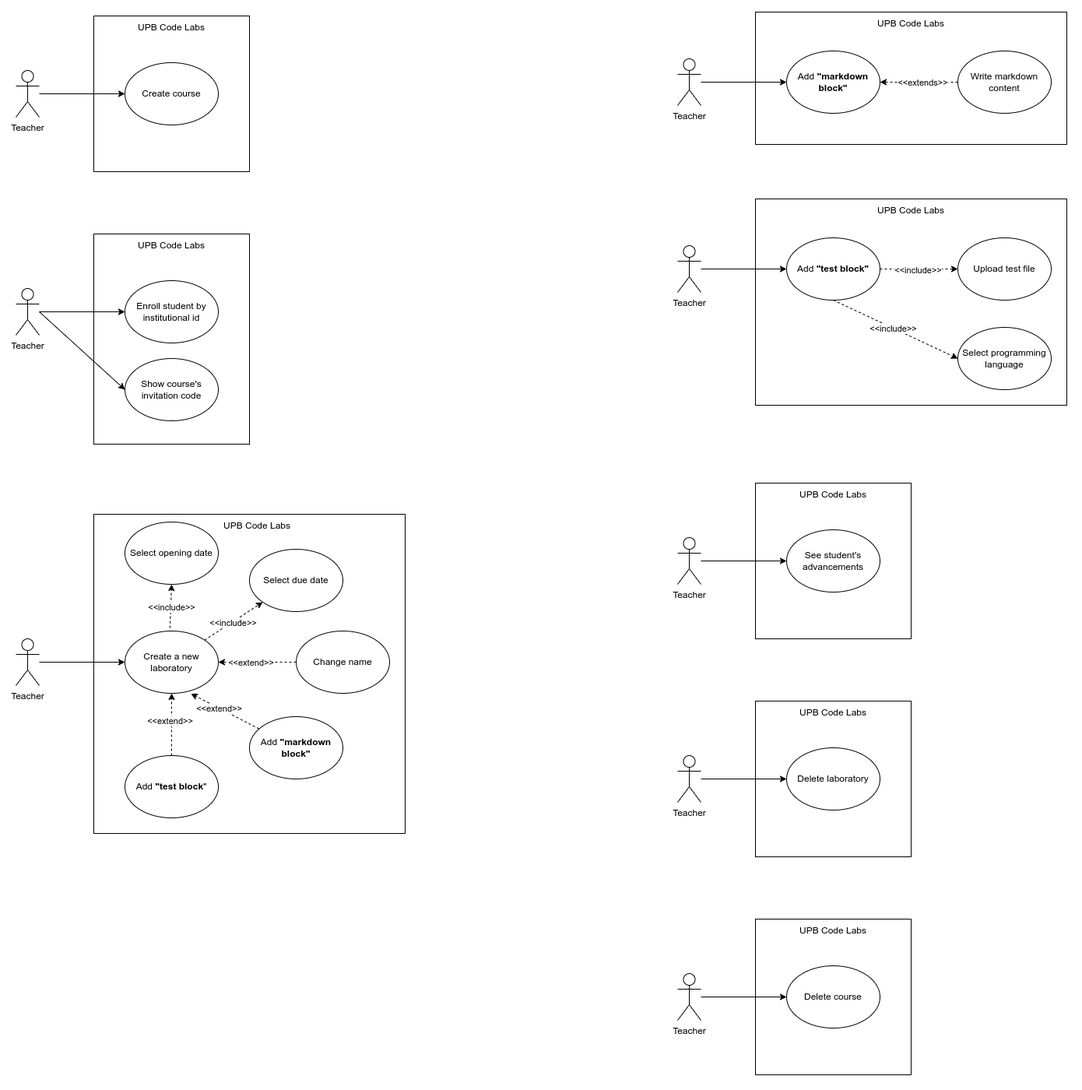
This is diagrams/use-cases/images/teacher-deletes-laboratory.png from upb-code-labs/docs, a draw.io export, as it was before one commit. Source tidied: cells renumbered, new cells last; positions are measured from the earlier drawing's top-left corner, leaving out a move shared by most shapes.
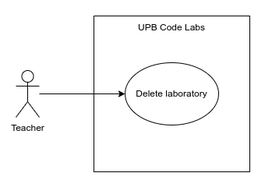
Later version of the same file.

Commit message:
docs(use-cases): Fix delete laboratory use case

What changed in the source:
```diff
@@ -2,196 +2,6 @@
   <root>
     <mxCell id="0" />
     <mxCell id="1" parent="0" />
-    <mxCell id="2" style="rounded=0;whiteSpace=wrap;html=1;strokeColor=none;" parent="1" vertex="1">
-      <mxGeometry width="340" height="240" as="geometry" />
-    </mxCell>
-    <mxCell id="3" style="rounded=0;whiteSpace=wrap;html=1;" parent="1" vertex="1">
-      <mxGeometry x="120" y="20" width="200" height="200" as="geometry" />
-    </mxCell>
-    <mxCell id="4" style="edgeStyle=orthogonalEdgeStyle;rounded=0;jettySize=auto;html=1;" parent="1" edge="1" source="5" target="7">
-      <mxGeometry relative="1" as="geometry" />
-    </mxCell>
-    <mxCell id="5" value="Teacher" style="shape=umlActor;verticalLabelPosition=bottom;verticalAlign=top;html=1;outlineConnect=0;" parent="1" vertex="1">
-      <mxGeometry x="20" y="90" width="30" height="60" as="geometry" />
-    </mxCell>
-    <mxCell id="6" value="UPB Code Labs" style="text;html=1;strokeColor=none;fillColor=none;align=center;verticalAlign=middle;whiteSpace=wrap;rounded=0;" parent="1" vertex="1">
-      <mxGeometry x="175" y="20" width="90" height="30" as="geometry" />
-    </mxCell>
-    <mxCell id="7" value="Create course" style="ellipse;whiteSpace=wrap;html=1;" parent="1" vertex="1">
-      <mxGeometry x="160" y="80" width="120" height="80" as="geometry" />
-    </mxCell>
-    <mxCell id="8" style="rounded=0;whiteSpace=wrap;html=1;strokeColor=none;" parent="1" vertex="1">
-      <mxGeometry y="280" width="340" height="310" as="geometry" />
-    </mxCell>
-    <mxCell id="9" style="rounded=0;whiteSpace=wrap;html=1;" parent="1" vertex="1">
-      <mxGeometry x="120" y="300" width="200" height="270" as="geometry" />
-    </mxCell>
-    <mxCell id="10" style="edgeStyle=orthogonalEdgeStyle;rounded=0;jettySize=auto;html=1;" parent="1" edge="1" source="11" target="13">
-      <mxGeometry relative="1" as="geometry" />
-    </mxCell>
-    <mxCell id="11" value="Teacher" style="shape=umlActor;verticalLabelPosition=bottom;verticalAlign=top;html=1;outlineConnect=0;" parent="1" vertex="1">
-      <mxGeometry x="20" y="370" width="30" height="60" as="geometry" />
-    </mxCell>
-    <mxCell id="12" value="UPB Code Labs" style="text;html=1;strokeColor=none;fillColor=none;align=center;verticalAlign=middle;whiteSpace=wrap;rounded=0;" parent="1" vertex="1">
-      <mxGeometry x="175" y="300" width="90" height="30" as="geometry" />
-    </mxCell>
-    <mxCell id="13" value="Enroll student by institutional id" style="ellipse;whiteSpace=wrap;html=1;" parent="1" vertex="1">
-      <mxGeometry x="160" y="360" width="120" height="80" as="geometry" />
-    </mxCell>
-    <mxCell id="14" value="Show course's invitation code" style="ellipse;whiteSpace=wrap;html=1;" parent="1" vertex="1">
-      <mxGeometry x="160" y="460" width="120" height="80" as="geometry" />
-    </mxCell>
-    <mxCell id="15" style="endArrow=classic;html=1;rounded=0;entryX=0;entryY=0.5;entryDx=0;entryDy=0;" parent="1" edge="1" target="14">
-      <mxGeometry relative="1" as="geometry">
-        <mxPoint x="50" y="400" as="sourcePoint" />
-      </mxGeometry>
-    </mxCell>
-    <mxCell id="16" style="rounded=0;whiteSpace=wrap;html=1;strokeColor=none;" parent="1" vertex="1">
-      <mxGeometry y="640" width="540" height="445" as="geometry" />
-    </mxCell>
-    <mxCell id="17" style="rounded=0;whiteSpace=wrap;html=1;" parent="1" vertex="1">
-      <mxGeometry x="120" y="660" width="400" height="410" as="geometry" />
-    </mxCell>
-    <mxCell id="18" style="edgeStyle=orthogonalEdgeStyle;rounded=0;jettySize=auto;html=1;" parent="1" edge="1" source="19" target="21">
-      <mxGeometry relative="1" as="geometry" />
-    </mxCell>
-    <mxCell id="19" value="Teacher" style="shape=umlActor;verticalLabelPosition=bottom;verticalAlign=top;html=1;outlineConnect=0;" parent="1" vertex="1">
-      <mxGeometry x="20" y="820" width="30" height="60" as="geometry" />
-    </mxCell>
-    <mxCell id="20" value="UPB Code Labs" style="text;html=1;strokeColor=none;fillColor=none;align=center;verticalAlign=middle;whiteSpace=wrap;rounded=0;" parent="1" vertex="1">
-      <mxGeometry x="285" y="660" width="90" height="30" as="geometry" />
-    </mxCell>
-    <mxCell id="21" value="Create a new laboratory" style="ellipse;whiteSpace=wrap;html=1;" parent="1" vertex="1">
-      <mxGeometry x="160" y="810" width="120" height="80" as="geometry" />
-    </mxCell>
-    <mxCell id="22" value="Change name" style="ellipse;whiteSpace=wrap;html=1;" parent="1" vertex="1">
-      <mxGeometry x="380" y="810" width="120" height="80" as="geometry" />
-    </mxCell>
-    <mxCell id="23" value="Add &lt;b&gt;&quot;markdown block&quot;&lt;/b&gt;" style="ellipse;whiteSpace=wrap;html=1;" parent="1" vertex="1">
-      <mxGeometry x="320" y="920" width="120" height="80" as="geometry" />
-    </mxCell>
-    <mxCell id="24" value="Add &lt;b&gt;&quot;test block&lt;/b&gt;&quot;" style="ellipse;whiteSpace=wrap;html=1;" parent="1" vertex="1">
-      <mxGeometry x="160" y="970" width="120" height="80" as="geometry" />
-    </mxCell>
-    <mxCell id="25" style="endArrow=classic;html=1;rounded=0;entryX=0.707;entryY=1.006;entryDx=0;entryDy=0;dashed=1;entryPerimeter=0;" parent="1" edge="1" source="23" target="21">
-      <mxGeometry relative="1" as="geometry" />
-    </mxCell>
-    <mxCell id="26" value="&amp;lt;&amp;lt;extend&amp;gt;&amp;gt;" style="edgeLabel;html=1;align=center;verticalAlign=middle;" parent="25" vertex="1">
-      <mxGeometry x="0.17" relative="1" as="geometry" />
-    </mxCell>
-    <mxCell id="27" style="endArrow=classic;html=1;rounded=0;exitX=0.5;exitY=0;exitDx=0;exitDy=0;dashed=1;entryX=0.5;entryY=1;entryDx=0;entryDy=0;" parent="1" edge="1" source="24" target="21">
-      <mxGeometry relative="1" as="geometry" />
-    </mxCell>
-    <mxCell id="28" value="&amp;lt;&amp;lt;extend&amp;gt;&amp;gt;" style="edgeLabel;html=1;align=center;verticalAlign=middle;" parent="27" vertex="1">
-      <mxGeometry x="0.1" y="3" relative="1" as="geometry">
-        <mxPoint y="-1" as="offset" />
-      </mxGeometry>
-    </mxCell>
-    <mxCell id="29" value="Select due date" style="ellipse;whiteSpace=wrap;html=1;" parent="1" vertex="1">
-      <mxGeometry x="320" y="705" width="120" height="80" as="geometry" />
-    </mxCell>
-    <mxCell id="30" style="endArrow=classic;html=1;rounded=0;exitX=1;exitY=0;exitDx=0;exitDy=0;dashed=1;" parent="1" edge="1" source="21" target="29">
-      <mxGeometry relative="1" as="geometry" />
-    </mxCell>
-    <mxCell id="31" value="&amp;lt;&amp;lt;include&amp;gt;&amp;gt;" style="edgeLabel;html=1;align=center;verticalAlign=middle;" parent="30" vertex="1">
-      <mxGeometry x="-0.03" y="-1" relative="1" as="geometry" />
-    </mxCell>
-    <mxCell id="32" style="endArrow=classic;html=1;rounded=0;entryX=1;entryY=0.5;entryDx=0;entryDy=0;dashed=1;exitX=0;exitY=0.5;exitDx=0;exitDy=0;" parent="1" edge="1" source="22" target="21">
-      <mxGeometry relative="1" as="geometry" />
-    </mxCell>
-    <mxCell id="33" value="&amp;lt;&amp;lt;extend&amp;gt;&amp;gt;" style="edgeLabel;html=1;align=center;verticalAlign=middle;" parent="32" vertex="1">
-      <mxGeometry x="0.17" relative="1" as="geometry" />
-    </mxCell>
-    <mxCell id="34" value="Select opening date" style="ellipse;whiteSpace=wrap;html=1;" parent="1" vertex="1">
-      <mxGeometry x="160" y="670" width="120" height="80" as="geometry" />
-    </mxCell>
-    <mxCell id="35" style="endArrow=classic;html=1;rounded=0;exitX=0.482;exitY=-0.048;exitDx=0;exitDy=0;dashed=1;exitPerimeter=0;entryX=0.5;entryY=1;entryDx=0;entryDy=0;" parent="1" edge="1" source="21" target="34">
-      <mxGeometry relative="1" as="geometry" />
-    </mxCell>
-    <mxCell id="36" value="&amp;lt;&amp;lt;include&amp;gt;&amp;gt;" style="edgeLabel;html=1;align=center;verticalAlign=middle;" parent="35" vertex="1">
-      <mxGeometry x="-0.03" y="-1" relative="1" as="geometry" />
-    </mxCell>
-    <mxCell id="37" style="rounded=0;whiteSpace=wrap;html=1;strokeColor=none;" parent="1" vertex="1">
-      <mxGeometry x="850" width="540" height="210" as="geometry" />
-    </mxCell>
-    <mxCell id="38" style="rounded=0;whiteSpace=wrap;html=1;" parent="1" vertex="1">
-      <mxGeometry x="970" y="15" width="400" height="170" as="geometry" />
-    </mxCell>
-    <mxCell id="39" style="edgeStyle=orthogonalEdgeStyle;rounded=0;jettySize=auto;html=1;" parent="1" edge="1" source="40" target="42">
-      <mxGeometry relative="1" as="geometry" />
-    </mxCell>
-    <mxCell id="40" value="Teacher" style="shape=umlActor;verticalLabelPosition=bottom;verticalAlign=top;html=1;outlineConnect=0;" parent="1" vertex="1">
-      <mxGeometry x="870" y="75" width="30" height="60" as="geometry" />
-    </mxCell>
-    <mxCell id="41" value="UPB Code Labs" style="text;html=1;strokeColor=none;fillColor=none;align=center;verticalAlign=middle;whiteSpace=wrap;rounded=0;" parent="1" vertex="1">
-      <mxGeometry x="1125" y="15" width="90" height="30" as="geometry" />
-    </mxCell>
-    <mxCell id="42" value="Add &lt;b&gt;&quot;markdown block&quot;&lt;/b&gt;" style="ellipse;whiteSpace=wrap;html=1;" parent="1" vertex="1">
-      <mxGeometry x="1010" y="65" width="120" height="80" as="geometry" />
-    </mxCell>
-    <mxCell id="43" style="edgeStyle=orthogonalEdgeStyle;rounded=0;jettySize=auto;html=1;dashed=1;" parent="1" edge="1" source="45" target="42">
-      <mxGeometry relative="1" as="geometry" />
-    </mxCell>
-    <mxCell id="44" value="&amp;lt;&amp;lt;extends&amp;gt;&amp;gt;" style="edgeLabel;html=1;align=center;verticalAlign=middle;" parent="43" vertex="1">
-      <mxGeometry x="-0.09" relative="1" as="geometry" />
-    </mxCell>
-    <mxCell id="45" value="Write markdown content" style="ellipse;whiteSpace=wrap;html=1;" parent="1" vertex="1">
-      <mxGeometry x="1230" y="65" width="120" height="80" as="geometry" />
-    </mxCell>
-    <mxCell id="46" style="rounded=0;whiteSpace=wrap;html=1;strokeColor=none;" parent="1" vertex="1">
-      <mxGeometry x="850" y="240" width="540" height="300" as="geometry" />
-    </mxCell>
-    <mxCell id="47" style="rounded=0;whiteSpace=wrap;html=1;" parent="1" vertex="1">
-      <mxGeometry x="970" y="255" width="400" height="265" as="geometry" />
-    </mxCell>
-    <mxCell id="48" style="edgeStyle=orthogonalEdgeStyle;rounded=0;jettySize=auto;html=1;" parent="1" edge="1" source="49" target="51">
-      <mxGeometry relative="1" as="geometry" />
-    </mxCell>
-    <mxCell id="49" value="Teacher" style="shape=umlActor;verticalLabelPosition=bottom;verticalAlign=top;html=1;outlineConnect=0;" parent="1" vertex="1">
-      <mxGeometry x="870" y="315" width="30" height="60" as="geometry" />
-    </mxCell>
-    <mxCell id="50" value="UPB Code Labs" style="text;html=1;strokeColor=none;fillColor=none;align=center;verticalAlign=middle;whiteSpace=wrap;rounded=0;" parent="1" vertex="1">
-      <mxGeometry x="1125" y="255" width="90" height="30" as="geometry" />
-    </mxCell>
-    <mxCell id="51" value="Add &lt;b&gt;&quot;test block&quot;&lt;/b&gt;" style="ellipse;whiteSpace=wrap;html=1;" parent="1" vertex="1">
-      <mxGeometry x="1010" y="305" width="120" height="80" as="geometry" />
-    </mxCell>
-    <mxCell id="52" value="Upload test file" style="ellipse;whiteSpace=wrap;html=1;" parent="1" vertex="1">
-      <mxGeometry x="1230" y="305" width="120" height="80" as="geometry" />
-    </mxCell>
-    <mxCell id="53" style="endArrow=classic;html=1;rounded=0;exitX=1;exitY=0.5;exitDx=0;exitDy=0;dashed=1;entryX=0;entryY=0.5;entryDx=0;entryDy=0;" parent="1" edge="1" source="51" target="52">
-      <mxGeometry relative="1" as="geometry" />
-    </mxCell>
-    <mxCell id="54" value="&amp;lt;&amp;lt;include&amp;gt;&amp;gt;" style="edgeLabel;html=1;align=center;verticalAlign=middle;" parent="53" vertex="1">
-      <mxGeometry x="-0.03" y="-1" relative="1" as="geometry" />
-    </mxCell>
-    <mxCell id="55" value="Select programming language" style="ellipse;whiteSpace=wrap;html=1;" parent="1" vertex="1">
-      <mxGeometry x="1230" y="420" width="120" height="80" as="geometry" />
-    </mxCell>
-    <mxCell id="56" style="endArrow=classic;html=1;rounded=0;exitX=0.5;exitY=1;exitDx=0;exitDy=0;dashed=1;entryX=0;entryY=0.5;entryDx=0;entryDy=0;" parent="1" edge="1" source="51" target="55">
-      <mxGeometry relative="1" as="geometry" />
-    </mxCell>
-    <mxCell id="57" value="&amp;lt;&amp;lt;include&amp;gt;&amp;gt;" style="edgeLabel;html=1;align=center;verticalAlign=middle;" parent="56" vertex="1">
-      <mxGeometry x="-0.03" y="-1" relative="1" as="geometry" />
-    </mxCell>
-    <mxCell id="58" style="rounded=0;whiteSpace=wrap;html=1;strokeColor=none;" parent="1" vertex="1">
-      <mxGeometry x="850" y="600" width="340" height="240" as="geometry" />
-    </mxCell>
-    <mxCell id="59" style="rounded=0;whiteSpace=wrap;html=1;" parent="1" vertex="1">
-      <mxGeometry x="970" y="620" width="200" height="200" as="geometry" />
-    </mxCell>
-    <mxCell id="60" style="edgeStyle=orthogonalEdgeStyle;rounded=0;jettySize=auto;html=1;" parent="1" edge="1" source="61" target="63">
-      <mxGeometry relative="1" as="geometry" />
-    </mxCell>
-    <mxCell id="61" value="Teacher" style="shape=umlActor;verticalLabelPosition=bottom;verticalAlign=top;html=1;outlineConnect=0;" parent="1" vertex="1">
-      <mxGeometry x="870" y="690" width="30" height="60" as="geometry" />
-    </mxCell>
-    <mxCell id="62" value="UPB Code Labs" style="text;html=1;strokeColor=none;fillColor=none;align=center;verticalAlign=middle;whiteSpace=wrap;rounded=0;" parent="1" vertex="1">
-      <mxGeometry x="1025" y="620" width="90" height="30" as="geometry" />
-    </mxCell>
-    <mxCell id="63" value="See student's advancements" style="ellipse;whiteSpace=wrap;html=1;" parent="1" vertex="1">
-      <mxGeometry x="1010" y="680" width="120" height="80" as="geometry" />
-    </mxCell>
     <mxCell id="64" style="rounded=0;whiteSpace=wrap;html=1;strokeColor=none;" parent="1" vertex="1">
       <mxGeometry x="850" y="880" width="340" height="240" as="geometry" />
     </mxCell>
@@ -210,23 +20,5 @@
     <mxCell id="69" value="Delete laboratory" style="ellipse;whiteSpace=wrap;html=1;" parent="1" vertex="1">
       <mxGeometry x="1010" y="960" width="120" height="80" as="geometry" />
     </mxCell>
-    <mxCell id="70" style="rounded=0;whiteSpace=wrap;html=1;strokeColor=none;" parent="1" vertex="1">
-      <mxGeometry x="850" y="1160" width="340" height="240" as="geometry" />
-    </mxCell>
-    <mxCell id="71" style="rounded=0;whiteSpace=wrap;html=1;" parent="1" vertex="1">
-      <mxGeometry x="970" y="1180" width="200" height="200" as="geometry" />
-    </mxCell>
-    <mxCell id="72" style="edgeStyle=orthogonalEdgeStyle;rounded=0;jettySize=auto;html=1;" parent="1" edge="1" source="73" target="75">
-      <mxGeometry relative="1" as="geometry" />
-    </mxCell>
-    <mxCell id="73" value="Teacher" style="shape=umlActor;verticalLabelPosition=bottom;verticalAlign=top;html=1;outlineConnect=0;" parent="1" vertex="1">
-      <mxGeometry x="870" y="1250" width="30" height="60" as="geometry" />
-    </mxCell>
-    <mxCell id="74" value="UPB Code Labs" style="text;html=1;strokeColor=none;fillColor=none;align=center;verticalAlign=middle;whiteSpace=wrap;rounded=0;" parent="1" vertex="1">
-      <mxGeometry x="1025" y="1180" width="90" height="30" as="geometry" />
-    </mxCell>
-    <mxCell id="75" value="Delete course" style="ellipse;whiteSpace=wrap;html=1;" parent="1" vertex="1">
-      <mxGeometry x="1010" y="1240" width="120" height="80" as="geometry" />
-    </mxCell>
   </root>
 </mxGraphModel>
```
